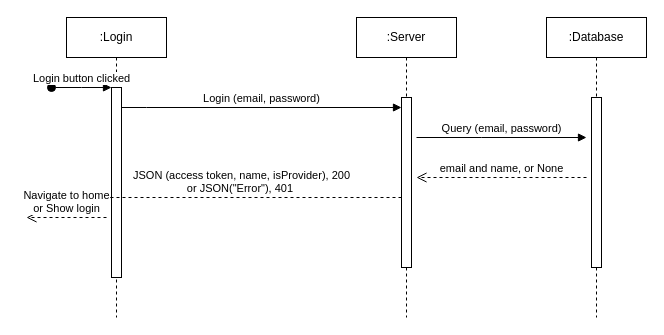
This is LogoutSequenceDiagram.drawio from azukailonzo/azukailonzo, a draw.io file, before an edit. Source tidied: cells renumbered, new cells numbered last; positions are measured from the earlier drawing's top-left corner, leaving out a move shared by most shapes. Both pictures are drawn from the tidied source at 100%, with x=0, y=0 at pixel (26, 17).
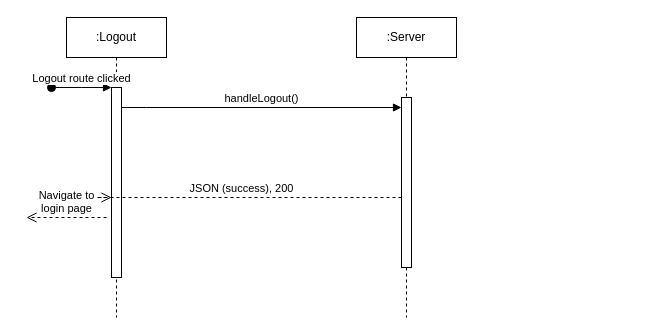
After the change.

The change refers to these unchanged cells:
```xml
<mxCell id="3" style="html=1;points=[];perimeter=orthogonalPerimeter;outlineConnect=0;targetShapes=umlLifeline;portConstraint=eastwest;newEdgeStyle={&quot;edgeStyle&quot;:&quot;elbowEdgeStyle&quot;,&quot;elbow&quot;:&quot;vertical&quot;,&quot;curved&quot;:0,&quot;rounded&quot;:0};" parent="2" vertex="1">
  <mxGeometry x="45" y="70" width="10" height="190" as="geometry" />
</mxCell>
<mxCell id="6" style="html=1;points=[];perimeter=orthogonalPerimeter;outlineConnect=0;targetShapes=umlLifeline;portConstraint=eastwest;newEdgeStyle={&quot;edgeStyle&quot;:&quot;elbowEdgeStyle&quot;,&quot;elbow&quot;:&quot;vertical&quot;,&quot;curved&quot;:0,&quot;rounded&quot;:0};" parent="5" vertex="1">
  <mxGeometry x="45" y="80" width="10" height="170" as="geometry" />
</mxCell>
```

The edit, as a diff of the source:
```diff
@@
-    <mxCell id="2" value=":Login" style="shape=umlLifeline;perimeter=lifelinePerimeter;whiteSpace=wrap;html=1;newEdgeStyle={&quot;edgeStyle&quot;:&quot;elbowEdgeStyle&quot;,&quot;elbow&quot;:&quot;vertical&quot;,&quot;curved&quot;:0,&quot;rounded&quot;:0};" parent="1" vertex="1">
+    <mxCell id="2" value=":Logout" style="shape=umlLifeline;perimeter=lifelinePerimeter;whiteSpace=wrap;html=1;newEdgeStyle={&quot;edgeStyle&quot;:&quot;elbowEdgeStyle&quot;,&quot;elbow&quot;:&quot;vertical&quot;,&quot;curved&quot;:0,&quot;rounded&quot;:0};" parent="1" vertex="1">
       <mxGeometry x="40" width="100" height="300" as="geometry" />
     </mxCell>
@@
-    <mxCell id="4" value="Login button clicked" style="html=1;verticalAlign=bottom;startArrow=oval;endArrow=block;startSize=8;edgeStyle=elbowEdgeStyle;elbow=vertical;curved=0;rounded=0;" parent="2" edge="1" target="3">
+    <mxCell id="4" value="Logout route clicked" style="html=1;verticalAlign=bottom;startArrow=oval;endArrow=block;startSize=8;edgeStyle=elbowEdgeStyle;elbow=vertical;curved=0;rounded=0;" parent="2" edge="1" target="3">
       <mxGeometry relative="1" as="geometry">
         <mxPoint x="-15" y="70" as="sourcePoint" />
       </mxGeometry>
     </mxCell>
@@
-    <mxCell id="7" value="Login (email, password)" style="html=1;verticalAlign=bottom;endArrow=block;edgeStyle=elbowEdgeStyle;elbow=vertical;curved=0;rounded=0;" parent="1" edge="1" source="3" target="6">
+    <mxCell id="7" value="handleLogout()" style="html=1;verticalAlign=bottom;endArrow=block;edgeStyle=elbowEdgeStyle;elbow=vertical;curved=0;rounded=0;" parent="1" edge="1" source="3" target="6">
       <mxGeometry relative="1" as="geometry">
         <Array as="points">
           <mxPoint x="120" y="90" />
           <mxPoint x="60" y="120" />
           <mxPoint x="80" y="80" />
         </Array>
       </mxGeometry>
     </mxCell>
-    <mxCell id="8" value="JSON (access token, name, isProvider), 200 &lt;br&gt;or JSON(&quot;Error&quot;), 401&amp;nbsp;" style="html=1;verticalAlign=bottom;endArrow=open;dashed=1;endSize=8;edgeStyle=elbowEdgeStyle;elbow=vertical;curved=0;rounded=0;" parent="1" edge="1" source="6" target="3">
+    <mxCell id="8" value="JSON (success), 200" style="html=1;verticalAlign=bottom;endArrow=open;dashed=1;endSize=8;edgeStyle=elbowEdgeStyle;elbow=vertical;curved=0;rounded=0;" parent="1" edge="1" source="6" target="3">
       <mxGeometry relative="1" as="geometry">
         <Array as="points">
           <mxPoint x="70" y="180" />
           <mxPoint x="90" y="240" />
         </Array>
       </mxGeometry>
     </mxCell>
-    <mxCell id="9" value=":Database" style="shape=umlLifeline;perimeter=lifelinePerimeter;whiteSpace=wrap;html=1;newEdgeStyle={&quot;edgeStyle&quot;:&quot;elbowEdgeStyle&quot;,&quot;elbow&quot;:&quot;vertical&quot;,&quot;curved&quot;:0,&quot;rounded&quot;:0};" parent="1" vertex="1">
-      <mxGeometry x="520" width="100" height="300" as="geometry" />
-    </mxCell>
-    <mxCell id="10" style="html=1;perimeter=orthogonalPerimeter;targetShapes=umlLifeline;newEdgeStyle={&quot;edgeStyle&quot;:&quot;elbowEdgeStyle&quot;,&quot;elbow&quot;:&quot;vertical&quot;,&quot;curved&quot;:0,&quot;rounded&quot;:0};" parent="9" vertex="1">
-      <mxGeometry x="45" y="80" width="10" height="170" as="geometry" />
-    </mxCell>
-    <mxCell id="11" value="Query (email, password)" style="html=1;verticalAlign=bottom;endArrow=block;edgeStyle=elbowEdgeStyle;elbow=vertical;curved=0;rounded=0;" parent="1" edge="1">
-      <mxGeometry relative="1" as="geometry">
-        <mxPoint x="390" y="120" as="sourcePoint" />
-        <mxPoint x="560" y="120" as="targetPoint" />
-        <Array as="points">
-          <mxPoint x="455" y="120" />
-          <mxPoint x="475" y="80" />
-        </Array>
-      </mxGeometry>
-    </mxCell>
-    <mxCell id="12" value="email and name, or None" style="html=1;verticalAlign=bottom;endArrow=open;dashed=1;endSize=8;edgeStyle=elbowEdgeStyle;elbow=vertical;curved=0;rounded=0;" parent="1" edge="1">
-      <mxGeometry relative="1" as="geometry">
-        <mxPoint x="560" y="160" as="sourcePoint" />
-        <mxPoint x="390" y="160" as="targetPoint" />
-        <Array as="points">
-          <mxPoint x="465" y="160" />
-          <mxPoint x="485" y="220" />
-        </Array>
-      </mxGeometry>
-    </mxCell>
-    <mxCell id="13" value="Navigate to home &lt;br&gt;or Show login" style="html=1;verticalAlign=bottom;endArrow=open;dashed=1;endSize=8;edgeStyle=elbowEdgeStyle;elbow=vertical;curved=0;rounded=0;" parent="1" edge="1">
+    <mxCell id="13" value="Navigate to &lt;br&gt;login page" style="html=1;verticalAlign=bottom;endArrow=open;dashed=1;endSize=8;edgeStyle=elbowEdgeStyle;elbow=vertical;curved=0;rounded=0;" parent="1" edge="1">
       <mxGeometry relative="1" as="geometry">
         <mxPoint x="80" y="200" as="sourcePoint" />
         <mxPoint y="200" as="targetPoint" />
       </mxGeometry>
     </mxCell>
```
